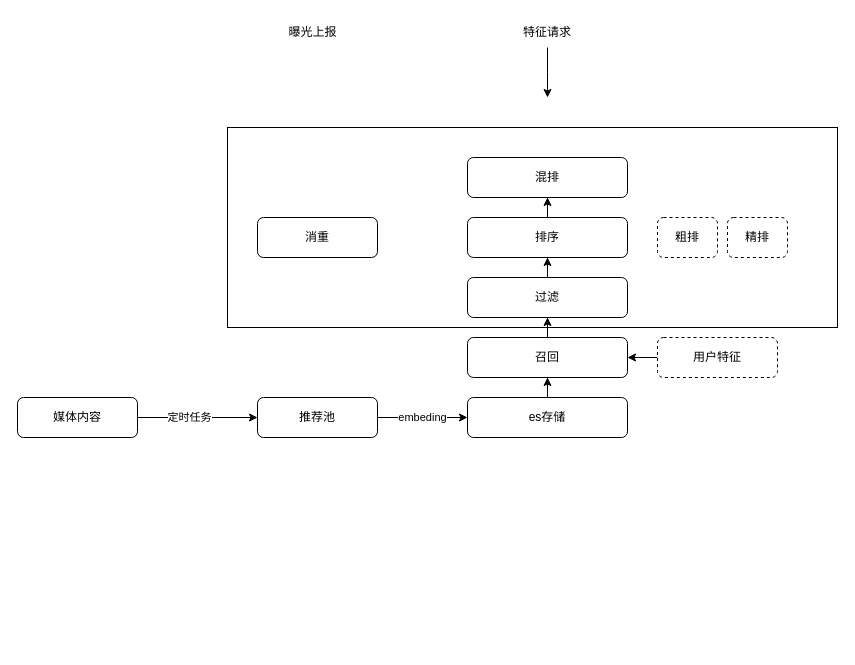
Above: readflow.drawio in axtrur/resource (draw.io), before the change. Source tidied: cells renumbered, new cells numbered last; positions are measured from the earlier drawing's top-left corner, leaving out a move shared by most shapes. Both pictures are drawn from the tidied source at 100%, with x=0, y=0 at pixel (17, 17).
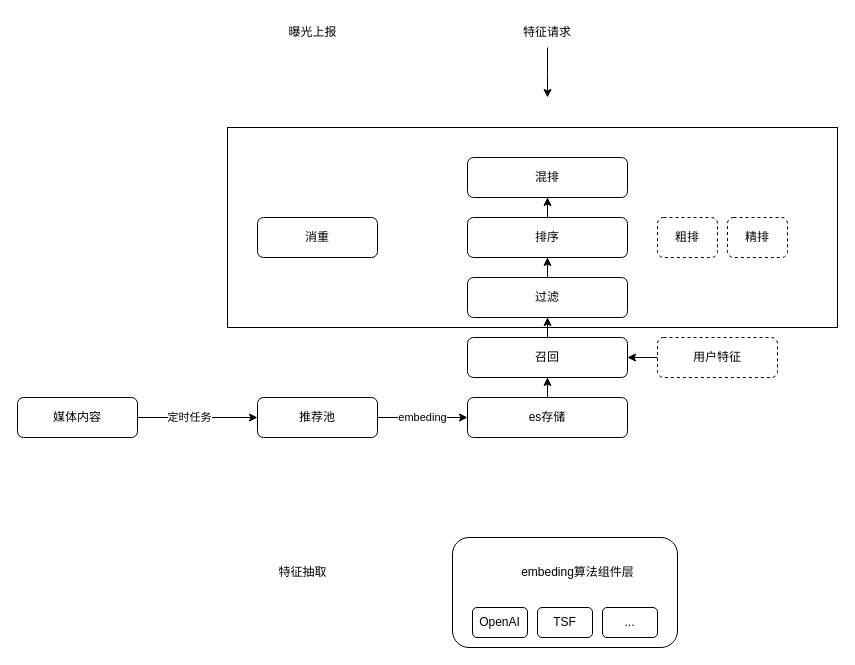
The same diagram, later.

Diff of the diagram source:
```diff
@@
+    <mxCell id="26" style="rounded=1;whiteSpace=wrap;html=1;" parent="1" vertex="1">
+      <mxGeometry x="435" y="520" width="225" height="110" as="geometry" />
+    </mxCell>
@@
+    <mxCell id="27" value="特征抽取" style="text;html=1;align=center;verticalAlign=middle;strokeColor=none;fillColor=none;" parent="1" vertex="1">
+      <mxGeometry x="250" y="540" width="70" height="30" as="geometry" />
+    </mxCell>
+    <mxCell id="28" value="embeding算法组件层" style="text;html=1;align=center;verticalAlign=middle;strokeColor=none;fillColor=none;" parent="1" vertex="1">
+      <mxGeometry x="490" y="540" width="140" height="30" as="geometry" />
+    </mxCell>
+    <mxCell id="29" value="OpenAI" style="rounded=1;whiteSpace=wrap;html=1;" parent="1" vertex="1">
+      <mxGeometry x="455" y="590" width="55" height="30" as="geometry" />
+    </mxCell>
+    <mxCell id="30" value="TSF" style="rounded=1;whiteSpace=wrap;html=1;" parent="1" vertex="1">
+      <mxGeometry x="520" y="590" width="55" height="30" as="geometry" />
+    </mxCell>
+    <mxCell id="31" value="..." style="rounded=1;whiteSpace=wrap;html=1;" parent="1" vertex="1">
+      <mxGeometry x="585" y="590" width="55" height="30" as="geometry" />
+    </mxCell>
```
